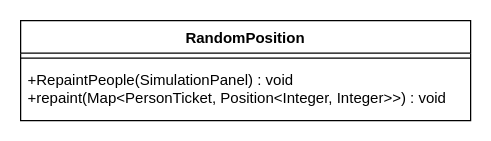
Before: page "Page-15" (15 of 16) of Untitled Diagram.drawio in metaphori/students-oop20-liveLand, a draw.io diagram. Source tidied: cells renumbered, new cells numbered last; positions are measured from the earlier drawing's top-left corner, leaving out a move shared by most shapes. Both pictures are drawn from the tidied source at 125%, with x=0, y=0 at pixel (20, 20).
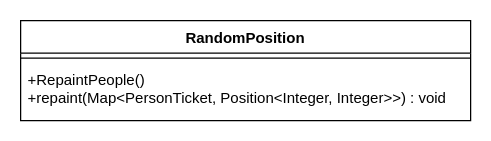
Above is the later version.

Change to the diagram source:
```diff
@@
 <mxGraphModel>
   <root>
     <mxCell id="0" />
     <mxCell id="1" parent="0" />
     <mxCell id="2" value="RandomPosition" style="swimlane;fontStyle=1;align=center;verticalAlign=top;horizontal=1;startSize=26;" parent="1" vertex="1">
       <mxGeometry width="360" height="80" as="geometry" />
     </mxCell>
     <mxCell id="3" style="line;strokeWidth=1;fillColor=none;align=left;verticalAlign=middle;spacingTop=-1;spacingLeft=3;spacingRight=3;labelPosition=right;" parent="2" vertex="1">
       <mxGeometry y="26" width="360" height="8" as="geometry" />
     </mxCell>
-    <mxCell id="4" value="+RepaintPeople(SimulationPanel) : void&#10;+repaint(Map&lt;PersonTicket, Position&lt;Integer, Integer&gt;&gt;) : void" style="text;strokeColor=none;fillColor=none;align=left;verticalAlign=top;spacingLeft=4;spacingRight=4;overflow=hidden;" parent="2" vertex="1">
+    <mxCell id="4" value="+RepaintPeople()&#10;+repaint(Map&lt;PersonTicket, Position&lt;Integer, Integer&gt;&gt;) : void" style="text;strokeColor=none;fillColor=none;align=left;verticalAlign=top;spacingLeft=4;spacingRight=4;overflow=hidden;" parent="2" vertex="1">
       <mxGeometry y="34" width="360" height="46" as="geometry" />
     </mxCell>
   </root>
 </mxGraphModel>
```
